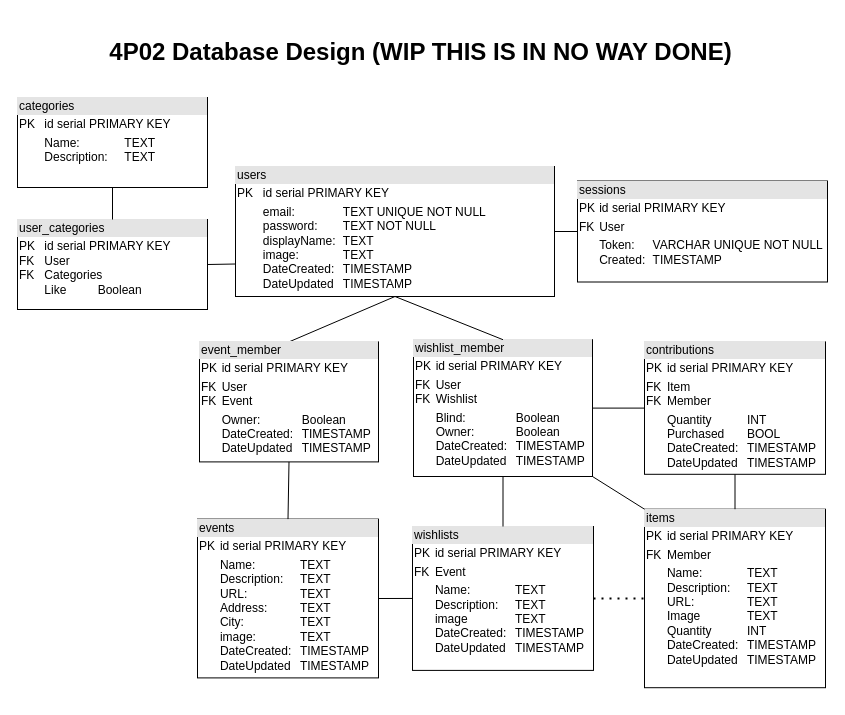
Nicholas-Parise/4P02-course-project keeps this draw.io diagram as backend/4P02-Database-UML.drawio. Above is the earlier version. Source tidied: cells renumbered, new cells numbered last; positions are measured from the earlier drawing's top-left corner, leaving out a move shared by most shapes. Both pictures are drawn from the tidied source at 100%, with x=0, y=0 at pixel (17, 17).
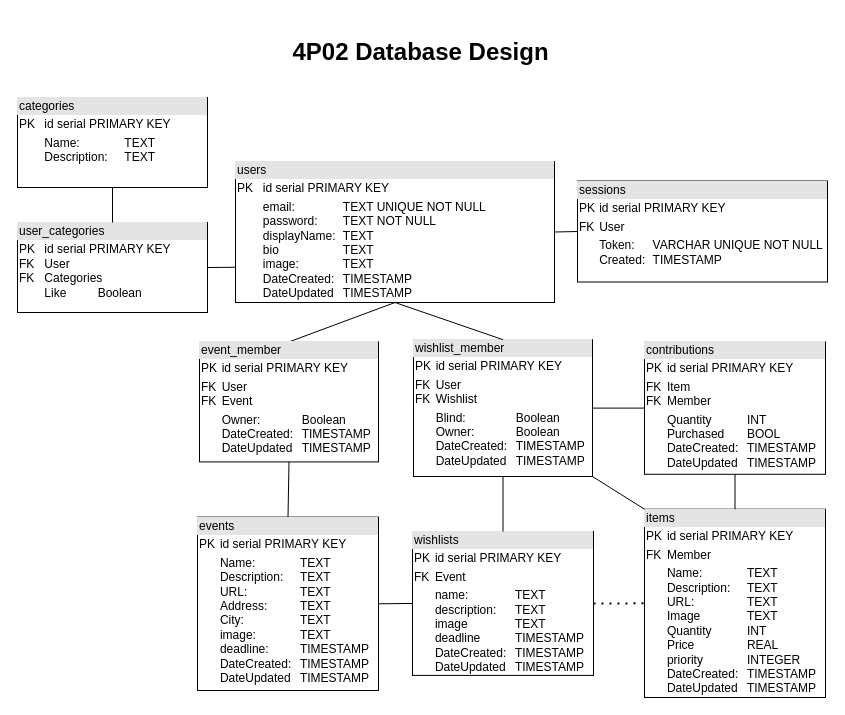
The same page after the edit.

What changed in the source:
```diff
@@
-    <mxCell id="2" value="&lt;div style=&quot;box-sizing: border-box; width: 100%; background: rgb(228, 228, 228); padding: 2px;&quot;&gt;users&lt;/div&gt;&lt;table style=&quot;width:100%;font-size:1em;&quot; cellpadding=&quot;2&quot; cellspacing=&quot;0&quot;&gt;&lt;tbody&gt;&lt;tr&gt;&lt;td&gt;PK&lt;/td&gt;&lt;td&gt;id serial PRIMARY KEY&lt;/td&gt;&lt;/tr&gt;&lt;tr&gt;&lt;td&gt;&lt;br&gt;&lt;/td&gt;&lt;td&gt;email:&amp;nbsp;&lt;span style=&quot;white-space: pre;&quot;&gt;&#9;&lt;/span&gt;&lt;span style=&quot;white-space: pre;&quot;&gt;&#9;&lt;/span&gt;TEXT UNIQUE NOT NULL&lt;br&gt;password:&lt;span style=&quot;white-space: pre;&quot;&gt;&#9;&lt;/span&gt;TEXT&amp;nbsp;NOT NULL&lt;br&gt;displayName:&lt;span style=&quot;white-space: pre;&quot;&gt;&#9;&lt;/span&gt;TEXT&lt;br&gt;image:&lt;span style=&quot;white-space: pre;&quot;&gt;&#9;&lt;/span&gt;&lt;span style=&quot;white-space: pre;&quot;&gt;&#9;&lt;/span&gt;TEXT&lt;br&gt;DateCreated:&lt;span style=&quot;white-space: pre;&quot;&gt;&#9;&lt;/span&gt;TIMESTAMP&lt;br&gt;DateUpdated&lt;span style=&quot;white-space: pre;&quot;&gt;&#9;&lt;/span&gt;TIMESTAMP&lt;/td&gt;&lt;/tr&gt;&lt;/tbody&gt;&lt;/table&gt;" style="verticalAlign=top;align=left;overflow=fill;html=1;whiteSpace=wrap;" parent="1" vertex="1">
-      <mxGeometry x="218" y="149" width="319" height="130" as="geometry" />
+    <mxCell id="2" value="&lt;div style=&quot;box-sizing: border-box; width: 100%; background: rgb(228, 228, 228); padding: 2px;&quot;&gt;users&lt;/div&gt;&lt;table style=&quot;width:100%;font-size:1em;&quot; cellpadding=&quot;2&quot; cellspacing=&quot;0&quot;&gt;&lt;tbody&gt;&lt;tr&gt;&lt;td&gt;PK&lt;/td&gt;&lt;td&gt;id serial PRIMARY KEY&lt;/td&gt;&lt;/tr&gt;&lt;tr&gt;&lt;td&gt;&lt;br&gt;&lt;/td&gt;&lt;td&gt;email:&amp;nbsp;&lt;span style=&quot;white-space: pre;&quot;&gt;&#9;&lt;/span&gt;&lt;span style=&quot;white-space: pre;&quot;&gt;&#9;&lt;/span&gt;TEXT UNIQUE NOT NULL&lt;br&gt;password:&lt;span style=&quot;white-space: pre;&quot;&gt;&#9;&lt;/span&gt;TEXT&amp;nbsp;NOT NULL&lt;br&gt;displayName:&lt;span style=&quot;white-space: pre;&quot;&gt;&#9;&lt;/span&gt;TEXT&lt;br&gt;bio&lt;span style=&quot;white-space: pre;&quot;&gt;&#9;&lt;/span&gt;&lt;span style=&quot;white-space: pre;&quot;&gt;&#9;&lt;/span&gt;&lt;span style=&quot;white-space: pre;&quot;&gt;&#9;&lt;/span&gt;TEXT&lt;br&gt;image:&lt;span style=&quot;white-space: pre;&quot;&gt;&#9;&lt;/span&gt;&lt;span style=&quot;white-space: pre;&quot;&gt;&#9;&lt;/span&gt;TEXT&lt;br&gt;DateCreated:&lt;span style=&quot;white-space: pre;&quot;&gt;&#9;&lt;/span&gt;TIMESTAMP&lt;br&gt;DateUpdated&lt;span style=&quot;white-space: pre;&quot;&gt;&#9;&lt;/span&gt;TIMESTAMP&lt;/td&gt;&lt;/tr&gt;&lt;/tbody&gt;&lt;/table&gt;" style="verticalAlign=top;align=left;overflow=fill;html=1;whiteSpace=wrap;" parent="1" vertex="1">
+      <mxGeometry x="218" y="144" width="319" height="141" as="geometry" />
     </mxCell>
-    <mxCell id="3" value="&lt;div style=&quot;box-sizing: border-box; width: 100%; background: rgb(228, 228, 228); padding: 2px;&quot;&gt;items&lt;/div&gt;&lt;table style=&quot;width:100%;font-size:1em;&quot; cellpadding=&quot;2&quot; cellspacing=&quot;0&quot;&gt;&lt;tbody&gt;&lt;tr&gt;&lt;td&gt;PK&lt;/td&gt;&lt;td&gt;id serial PRIMARY KEY&lt;br&gt;&lt;/td&gt;&lt;/tr&gt;&lt;tr&gt;&lt;td&gt;FK&lt;/td&gt;&lt;td&gt;Member&lt;br&gt;&lt;/td&gt;&lt;/tr&gt;&lt;tr&gt;&lt;td&gt;&lt;br&gt;&lt;/td&gt;&lt;td&gt;Name:&lt;span style=&quot;white-space: pre;&quot;&gt;&#9;&lt;span style=&quot;white-space: pre;&quot;&gt;&#9;&lt;/span&gt;&lt;/span&gt;TEXT&lt;br&gt;Description:&lt;span style=&quot;white-space: pre;&quot;&gt;&#9;&lt;/span&gt;TEXT&lt;br&gt;URL:&lt;span style=&quot;white-space: pre;&quot;&gt;&#9;&lt;span style=&quot;white-space: pre;&quot;&gt;&#9;&lt;/span&gt;&lt;/span&gt;TEXT&lt;br&gt;Image&lt;span style=&quot;white-space: pre;&quot;&gt;&#9;&lt;/span&gt;&lt;span style=&quot;white-space: pre;&quot;&gt;&#9;&lt;/span&gt;TEXT&lt;br&gt;Quantity&lt;span style=&quot;white-space: pre;&quot;&gt;&#9;&lt;/span&gt;&lt;span style=&quot;white-space: pre;&quot;&gt;&#9;&lt;/span&gt;INT&lt;br&gt;DateCreated:&lt;span style=&quot;white-space: pre;&quot;&gt;&#9;&lt;/span&gt;TIMESTAMP&lt;br&gt;DateUpdated&lt;span style=&quot;white-space: pre;&quot;&gt;&#9;&lt;/span&gt;TIMESTAMP&lt;/td&gt;&lt;/tr&gt;&lt;/tbody&gt;&lt;/table&gt;" style="verticalAlign=top;align=left;overflow=fill;html=1;whiteSpace=wrap;" parent="1" vertex="1">
-      <mxGeometry x="627" y="491.7" width="181" height="178.5" as="geometry" />
+    <mxCell id="3" value="&lt;div style=&quot;box-sizing: border-box; width: 100%; background: rgb(228, 228, 228); padding: 2px;&quot;&gt;items&lt;/div&gt;&lt;table style=&quot;width:100%;font-size:1em;&quot; cellpadding=&quot;2&quot; cellspacing=&quot;0&quot;&gt;&lt;tbody&gt;&lt;tr&gt;&lt;td&gt;PK&lt;/td&gt;&lt;td&gt;id serial PRIMARY KEY&lt;br&gt;&lt;/td&gt;&lt;/tr&gt;&lt;tr&gt;&lt;td&gt;FK&lt;/td&gt;&lt;td&gt;Member&lt;br&gt;&lt;/td&gt;&lt;/tr&gt;&lt;tr&gt;&lt;td&gt;&lt;br&gt;&lt;/td&gt;&lt;td&gt;Name:&lt;span style=&quot;white-space: pre;&quot;&gt;&#9;&lt;span style=&quot;white-space: pre;&quot;&gt;&#9;&lt;/span&gt;&lt;/span&gt;TEXT&lt;br&gt;Description:&lt;span style=&quot;white-space: pre;&quot;&gt;&#9;&lt;/span&gt;TEXT&lt;br&gt;URL:&lt;span style=&quot;white-space: pre;&quot;&gt;&#9;&lt;span style=&quot;white-space: pre;&quot;&gt;&#9;&lt;/span&gt;&lt;/span&gt;TEXT&lt;br&gt;Image&lt;span style=&quot;white-space: pre;&quot;&gt;&#9;&lt;/span&gt;&lt;span style=&quot;white-space: pre;&quot;&gt;&#9;&lt;/span&gt;TEXT&lt;br&gt;Quantity&lt;span style=&quot;white-space: pre;&quot;&gt;&#9;&lt;/span&gt;&lt;span style=&quot;white-space: pre;&quot;&gt;&#9;&lt;/span&gt;INT&lt;br&gt;Price&lt;span style=&quot;white-space: pre;&quot;&gt;&#9;&lt;/span&gt;&lt;span style=&quot;white-space: pre;&quot;&gt;&#9;&lt;/span&gt;REAL&lt;br&gt;priority&lt;span style=&quot;white-space: pre;&quot;&gt;&#9;&lt;/span&gt;&lt;span style=&quot;white-space: pre;&quot;&gt;&#9;&lt;/span&gt;INTEGER&lt;br&gt;DateCreated:&lt;span style=&quot;white-space: pre;&quot;&gt;&#9;&lt;/span&gt;TIMESTAMP&lt;br&gt;DateUpdated&lt;span style=&quot;white-space: pre;&quot;&gt;&#9;&lt;/span&gt;TIMESTAMP&lt;/td&gt;&lt;/tr&gt;&lt;/tbody&gt;&lt;/table&gt;" style="verticalAlign=top;align=left;overflow=fill;html=1;whiteSpace=wrap;" parent="1" vertex="1">
+      <mxGeometry x="627" y="491.7" width="181" height="188.3" as="geometry" />
     </mxCell>
@@
     <mxCell id="5" value="&lt;div style=&quot;box-sizing: border-box; width: 100%; background: rgb(228, 228, 228); padding: 2px;&quot;&gt;user_categories&lt;/div&gt;&lt;table style=&quot;width:100%;font-size:1em;&quot; cellpadding=&quot;2&quot; cellspacing=&quot;0&quot;&gt;&lt;tbody&gt;&lt;tr&gt;&lt;td&gt;PK&lt;br&gt;FK&lt;br&gt;FK&lt;br&gt;&lt;br&gt;&lt;/td&gt;&lt;td&gt;id serial PRIMARY KEY&lt;br&gt;User&lt;br&gt;Categories&lt;br&gt;Like&lt;span style=&quot;white-space: pre;&quot;&gt;&#9;&lt;/span&gt;&lt;span style=&quot;white-space: pre;&quot;&gt;&#9;&lt;/span&gt;Boolean&lt;/td&gt;&lt;/tr&gt;&lt;tr&gt;&lt;td&gt;&lt;/td&gt;&lt;td&gt;&lt;br&gt;&lt;/td&gt;&lt;/tr&gt;&lt;/tbody&gt;&lt;/table&gt;" style="verticalAlign=top;align=left;overflow=fill;html=1;whiteSpace=wrap;" parent="1" vertex="1">
-      <mxGeometry y="202" width="190" height="90" as="geometry" />
+      <mxGeometry y="205" width="190" height="90" as="geometry" />
     </mxCell>
@@
-    <mxCell id="12" value="&lt;div style=&quot;box-sizing: border-box; width: 100%; background: rgb(228, 228, 228); padding: 2px;&quot;&gt;events&lt;/div&gt;&lt;table style=&quot;width:100%;font-size:1em;&quot; cellpadding=&quot;2&quot; cellspacing=&quot;0&quot;&gt;&lt;tbody&gt;&lt;tr&gt;&lt;td&gt;PK&lt;/td&gt;&lt;td&gt;id serial PRIMARY KEY&lt;br&gt;&lt;/td&gt;&lt;/tr&gt;&lt;tr&gt;&lt;td&gt;&lt;br&gt;&lt;/td&gt;&lt;td&gt;Name:&lt;span style=&quot;white-space: pre;&quot;&gt;&#9;&lt;span style=&quot;white-space: pre;&quot;&gt;&#9;&lt;/span&gt;&lt;/span&gt;TEXT&lt;br&gt;Description:&lt;span style=&quot;white-space: pre;&quot;&gt;&#9;&lt;/span&gt;TEXT&lt;br&gt;URL:&lt;span style=&quot;white-space: pre;&quot;&gt;&#9;&lt;span style=&quot;white-space: pre;&quot;&gt;&#9;&lt;/span&gt;&lt;/span&gt;TEXT&lt;br&gt;Address:&amp;nbsp;&lt;span style=&quot;white-space: pre;&quot;&gt;&#9;&lt;span style=&quot;white-space: pre;&quot;&gt;&#9;&lt;/span&gt;&lt;/span&gt;TEXT&lt;br&gt;City:&amp;nbsp;&lt;span style=&quot;white-space: pre;&quot;&gt;&#9;&lt;span style=&quot;white-space: pre;&quot;&gt;&#9;&lt;/span&gt;&lt;/span&gt;TEXT&lt;br&gt;image:&amp;nbsp;&lt;span style=&quot;white-space: pre;&quot;&gt;&#9;&lt;/span&gt;&lt;span style=&quot;white-space: pre;&quot;&gt;&#9;&lt;/span&gt;TEXT&lt;br&gt;DateCreated:&lt;span style=&quot;white-space: pre;&quot;&gt;&#9;&lt;/span&gt;TIMESTAMP&lt;br&gt;DateUpdated&lt;span style=&quot;white-space: pre;&quot;&gt;&#9;&lt;/span&gt;TIMESTAMP&lt;/td&gt;&lt;/tr&gt;&lt;tr&gt;&lt;td&gt;&lt;br&gt;&lt;/td&gt;&lt;td&gt;&lt;br&gt;&lt;/td&gt;&lt;/tr&gt;&lt;/tbody&gt;&lt;/table&gt;" style="verticalAlign=top;align=left;overflow=fill;html=1;whiteSpace=wrap;" parent="1" vertex="1">
-      <mxGeometry x="180" y="501.6" width="181" height="158.8" as="geometry" />
+    <mxCell id="12" value="&lt;div style=&quot;box-sizing: border-box; width: 100%; background: rgb(228, 228, 228); padding: 2px;&quot;&gt;events&lt;/div&gt;&lt;table style=&quot;width:100%;font-size:1em;&quot; cellpadding=&quot;2&quot; cellspacing=&quot;0&quot;&gt;&lt;tbody&gt;&lt;tr&gt;&lt;td&gt;PK&lt;/td&gt;&lt;td&gt;id serial PRIMARY KEY&lt;br&gt;&lt;/td&gt;&lt;/tr&gt;&lt;tr&gt;&lt;td&gt;&lt;br&gt;&lt;/td&gt;&lt;td&gt;Name:&lt;span style=&quot;white-space: pre;&quot;&gt;&#9;&lt;span style=&quot;white-space: pre;&quot;&gt;&#9;&lt;/span&gt;&lt;/span&gt;TEXT&lt;br&gt;Description:&lt;span style=&quot;white-space: pre;&quot;&gt;&#9;&lt;/span&gt;TEXT&lt;br&gt;URL:&lt;span style=&quot;white-space: pre;&quot;&gt;&#9;&lt;span style=&quot;white-space: pre;&quot;&gt;&#9;&lt;/span&gt;&lt;/span&gt;TEXT&lt;br&gt;Address:&amp;nbsp;&lt;span style=&quot;white-space: pre;&quot;&gt;&#9;&lt;span style=&quot;white-space: pre;&quot;&gt;&#9;&lt;/span&gt;&lt;/span&gt;TEXT&lt;br&gt;City:&amp;nbsp;&lt;span style=&quot;white-space: pre;&quot;&gt;&#9;&lt;span style=&quot;white-space: pre;&quot;&gt;&#9;&lt;/span&gt;&lt;/span&gt;TEXT&lt;br&gt;image:&amp;nbsp;&lt;span style=&quot;white-space: pre;&quot;&gt;&#9;&lt;/span&gt;&lt;span style=&quot;white-space: pre;&quot;&gt;&#9;&lt;/span&gt;TEXT&lt;br&gt;deadline:&lt;span style=&quot;white-space: pre;&quot;&gt;&#9;&lt;/span&gt;&lt;span style=&quot;white-space: pre;&quot;&gt;&#9;&lt;/span&gt;TIMESTAMP&lt;br&gt;DateCreated:&lt;span style=&quot;white-space: pre;&quot;&gt;&#9;&lt;/span&gt;TIMESTAMP&lt;br&gt;DateUpdated&lt;span style=&quot;white-space: pre;&quot;&gt;&#9;&lt;/span&gt;TIMESTAMP&lt;/td&gt;&lt;/tr&gt;&lt;tr&gt;&lt;td&gt;&lt;br&gt;&lt;/td&gt;&lt;td&gt;&lt;br&gt;&lt;/td&gt;&lt;/tr&gt;&lt;/tbody&gt;&lt;/table&gt;" style="verticalAlign=top;align=left;overflow=fill;html=1;whiteSpace=wrap;" parent="1" vertex="1">
+      <mxGeometry x="180" y="499.6" width="181" height="173.4" as="geometry" />
     </mxCell>
-    <mxCell id="13" value="&lt;h1&gt;4P02 Database Design (WIP THIS IS IN NO WAY DONE)&lt;/h1&gt;" style="text;html=1;align=center;verticalAlign=middle;strokeColor=none;fillColor=none;shadow=0;" parent="1" vertex="1">
-      <mxGeometry x="78" width="650" height="70" as="geometry" />
+    <mxCell id="13" value="&lt;h1&gt;4P02 Database Design&lt;/h1&gt;" style="text;html=1;align=center;verticalAlign=middle;strokeColor=none;fillColor=none;shadow=0;" parent="1" vertex="1">
+      <mxGeometry x="263" width="280" height="70" as="geometry" />
     </mxCell>
@@
-    <mxCell id="15" value="&lt;div style=&quot;box-sizing: border-box; width: 100%; background: rgb(228, 228, 228); padding: 2px;&quot;&gt;wishlists&lt;/div&gt;&lt;table style=&quot;width:100%;font-size:1em;&quot; cellpadding=&quot;2&quot; cellspacing=&quot;0&quot;&gt;&lt;tbody&gt;&lt;tr&gt;&lt;td&gt;PK&lt;/td&gt;&lt;td&gt;id serial PRIMARY KEY&lt;br&gt;&lt;/td&gt;&lt;/tr&gt;&lt;tr&gt;&lt;td&gt;FK&lt;br&gt;&lt;/td&gt;&lt;td&gt;Event&lt;br&gt;&lt;/td&gt;&lt;/tr&gt;&lt;tr&gt;&lt;td&gt;&lt;br&gt;&lt;/td&gt;&lt;td&gt;Name:&lt;span style=&quot;white-space: pre;&quot;&gt;&#9;&lt;span style=&quot;white-space: pre;&quot;&gt;&#9;&lt;/span&gt;&lt;/span&gt;TEXT&lt;br&gt;Description:&lt;span style=&quot;white-space: pre;&quot;&gt;&#9;&lt;/span&gt;TEXT&lt;br&gt;image &lt;span style=&quot;white-space: pre;&quot;&gt;&#9;&lt;/span&gt;&lt;span style=&quot;white-space: pre;&quot;&gt;&#9;&lt;/span&gt;TEXT&lt;br&gt;DateCreated:&lt;span style=&quot;white-space: pre;&quot;&gt;&#9;&lt;/span&gt;TIMESTAMP&lt;br&gt;DateUpdated&lt;span style=&quot;white-space: pre;&quot;&gt;&#9;&lt;/span&gt;TIMESTAMP&lt;br&gt;&lt;br&gt;&lt;/td&gt;&lt;/tr&gt;&lt;/tbody&gt;&lt;/table&gt;" style="verticalAlign=top;align=left;overflow=fill;html=1;whiteSpace=wrap;" parent="1" vertex="1">
-      <mxGeometry x="395" y="509" width="181" height="143.9" as="geometry" />
+    <mxCell id="15" value="&lt;div style=&quot;box-sizing: border-box; width: 100%; background: rgb(228, 228, 228); padding: 2px;&quot;&gt;wishlists&lt;/div&gt;&lt;table style=&quot;width:100%;font-size:1em;&quot; cellpadding=&quot;2&quot; cellspacing=&quot;0&quot;&gt;&lt;tbody&gt;&lt;tr&gt;&lt;td&gt;PK&lt;/td&gt;&lt;td&gt;id serial PRIMARY KEY&lt;br&gt;&lt;/td&gt;&lt;/tr&gt;&lt;tr&gt;&lt;td&gt;FK&lt;br&gt;&lt;/td&gt;&lt;td&gt;Event&lt;br&gt;&lt;/td&gt;&lt;/tr&gt;&lt;tr&gt;&lt;td&gt;&lt;br&gt;&lt;/td&gt;&lt;td&gt;name:&lt;span style=&quot;white-space: pre;&quot;&gt;&#9;&lt;span style=&quot;white-space: pre;&quot;&gt;&#9;&lt;/span&gt;&lt;/span&gt;TEXT&lt;br&gt;description:&lt;span style=&quot;white-space: pre;&quot;&gt;&#9;&lt;/span&gt;TEXT&lt;br&gt;image &lt;span style=&quot;white-space: pre;&quot;&gt;&#9;&lt;/span&gt;&lt;span style=&quot;white-space: pre;&quot;&gt;&#9;&lt;/span&gt;TEXT&lt;br&gt;deadline&lt;span style=&quot;white-space: pre;&quot;&gt;&#9;&lt;/span&gt;&lt;span style=&quot;white-space: pre;&quot;&gt;&#9;&lt;/span&gt;TIMESTAMP&lt;br&gt;DateCreated:&lt;span style=&quot;white-space: pre;&quot;&gt;&#9;&lt;/span&gt;TIMESTAMP&lt;br&gt;DateUpdated&lt;span style=&quot;white-space: pre;&quot;&gt;&#9;&lt;/span&gt;TIMESTAMP&lt;br&gt;&lt;br&gt;&lt;/td&gt;&lt;/tr&gt;&lt;/tbody&gt;&lt;/table&gt;" style="verticalAlign=top;align=left;overflow=fill;html=1;whiteSpace=wrap;" parent="1" vertex="1">
+      <mxGeometry x="395" y="514" width="181" height="143.9" as="geometry" />
     </mxCell>
```
